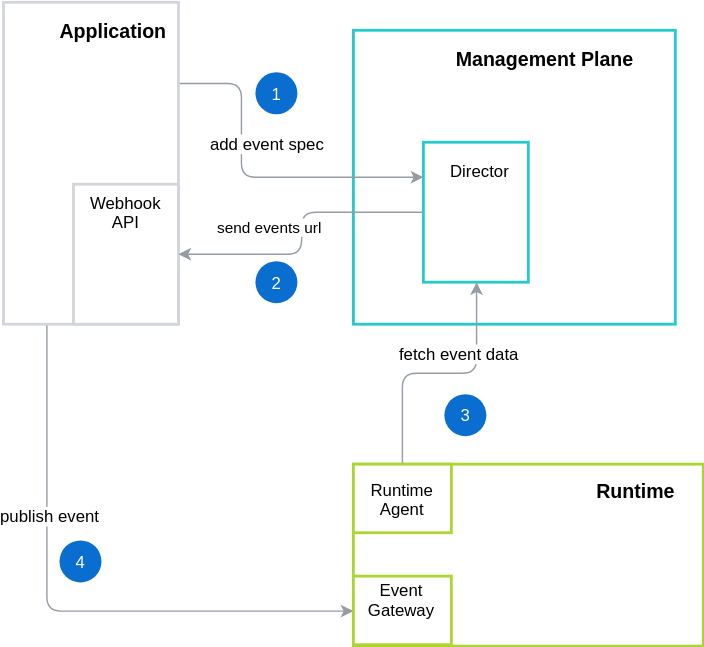
The draw.io diagram docs/compass/assets/internal-event-flow.svg in kyma-incubator/compass, before a commit. Source tidied: cells renumbered, new cells last; positions are measured from the earlier drawing's top-left corner, leaving out a move shared by most shapes.
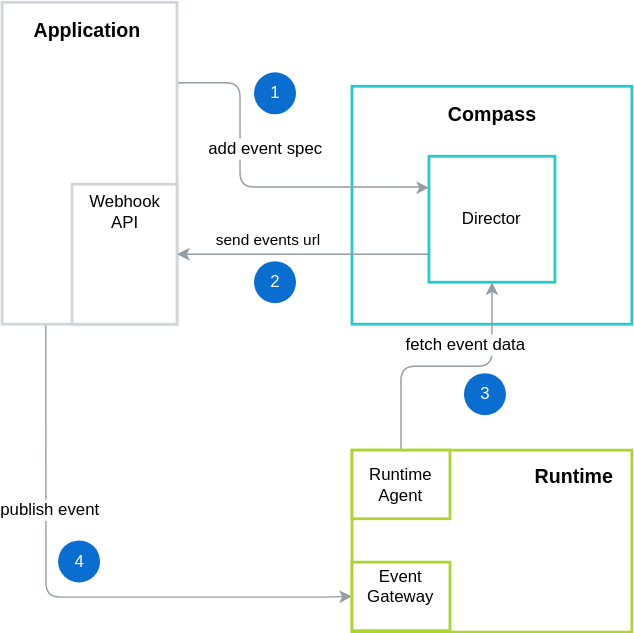
After the change.

The edit, as a diff of the source:
```diff
@@ -3,21 +3,16 @@
     <mxCell id="0" />
     <mxCell id="1" parent="0" />
     <mxCell id="2" style="rounded=0;whiteSpace=wrap;html=1;strokeColor=#24CACC;strokeWidth=2;horizontal=1;" parent="1" vertex="1">
-      <mxGeometry x="250" y="20" width="230" height="210" as="geometry" />
+      <mxGeometry x="250" y="60" width="200" height="170" as="geometry" />
     </mxCell>
-    <mxCell id="3" value="Management Plane&lt;br style=&quot;font-size: 14px&quot;&gt;" style="text;html=1;strokeColor=none;fillColor=none;align=center;verticalAlign=middle;whiteSpace=wrap;rounded=0;fontStyle=1;fontSize=14;" parent="1" vertex="1">
-      <mxGeometry x="300" y="30" width="172" height="20" as="geometry" />
+    <mxCell id="3" value="Compass" style="text;html=1;strokeColor=none;fillColor=none;align=center;verticalAlign=middle;whiteSpace=wrap;rounded=0;fontStyle=1;fontSize=14;" parent="1" vertex="1">
+      <mxGeometry x="289.5" y="70" width="121" height="20" as="geometry" />
     </mxCell>
-    <mxCell id="4" style="rounded=0;whiteSpace=wrap;html=1;strokeColor=#ACD62F;strokeWidth=2;horizontal=1;" parent="1" vertex="1">
-      <mxGeometry x="250" y="330" width="250" height="130" as="geometry" />
-    </mxCell>
-    <mxCell id="5" value="&amp;nbsp;Runtime&lt;br style=&quot;font-size: 14px;&quot;&gt;" style="text;html=1;strokeColor=none;fillColor=none;align=center;verticalAlign=middle;whiteSpace=wrap;rounded=0;fontStyle=1;fontSize=14;" parent="1" vertex="1">
-      <mxGeometry x="412.5" y="339" width="74" height="20" as="geometry" />
-    </mxCell>
     <mxCell id="6" style="edgeStyle=orthogonalEdgeStyle;rounded=1;jettySize=auto;html=1;entryX=0;entryY=0.5;entryDx=0;entryDy=0;strokeColor=#959CA4;exitX=0.25;exitY=1;exitDx=0;exitDy=0;" parent="1" edge="1" source="10" target="17">
       <mxGeometry relative="1" as="geometry">
         <Array as="points">
-          <mxPoint x="31" y="435" />
+          <mxPoint x="31" y="425" />
+          <mxPoint x="230" y="425" />
         </Array>
       </mxGeometry>
     </mxCell>
@@ -28,7 +23,8 @@
       <mxGeometry relative="1" as="geometry">
         <Array as="points">
           <mxPoint x="170" y="58" />
-          <mxPoint x="170" y="125" />
+          <mxPoint x="170" y="132" />
+          <mxPoint x="305" y="132" />
         </Array>
       </mxGeometry>
     </mxCell>
@@ -41,7 +37,7 @@
       <mxGeometry width="125" height="230" as="geometry" />
     </mxCell>
     <mxCell id="11" value="Application&amp;nbsp;&lt;br style=&quot;font-size: 14px;&quot;&gt;" style="text;html=1;strokeColor=none;fillColor=none;align=center;verticalAlign=middle;whiteSpace=wrap;rounded=0;fontStyle=1;fontSize=14;" parent="1" vertex="1">
-      <mxGeometry x="40" y="10" width="80" height="20" as="geometry" />
+      <mxGeometry x="22.5" y="10" width="80" height="20" as="geometry" />
     </mxCell>
     <mxCell id="12" style="rounded=0;whiteSpace=wrap;html=1;strokeColor=#D2D5D9;strokeWidth=2;horizontal=1;" parent="1" vertex="1">
       <mxGeometry x="50" y="130" width="75" height="100" as="geometry" />
@@ -50,31 +46,29 @@
       <mxGeometry x="67.5" y="140" width="40" height="20" as="geometry" />
     </mxCell>
     <mxCell id="14" value="send events url&lt;br&gt;" style="edgeStyle=orthogonalEdgeStyle;rounded=1;jettySize=auto;html=1;entryX=1;entryY=0.5;entryDx=0;entryDy=0;strokeColor=#959CA4;" parent="1" edge="1" source="15" target="12">
-      <mxGeometry x="0.37" y="-20" relative="1" as="geometry" />
+      <mxGeometry x="0.28" y="-10" relative="1" as="geometry">
+        <Array as="points">
+          <mxPoint x="260" y="180" />
+          <mxPoint x="260" y="180" />
+        </Array>
+      </mxGeometry>
     </mxCell>
-    <mxCell id="15" style="rounded=0;whiteSpace=wrap;html=1;strokeColor=#24CACC;strokeWidth=2;horizontal=1;" parent="1" vertex="1">
-      <mxGeometry x="300" y="100" width="75" height="100" as="geometry" />
+    <mxCell id="15" value="Director" style="rounded=0;whiteSpace=wrap;html=1;strokeColor=#24CACC;strokeWidth=2;horizontal=1;" parent="1" vertex="1">
+      <mxGeometry x="305" y="110" width="90" height="90" as="geometry" />
     </mxCell>
-    <mxCell id="16" value="Director" style="text;html=1;strokeColor=none;fillColor=none;align=center;verticalAlign=middle;whiteSpace=wrap;rounded=0;fontSize=12;" parent="1" vertex="1">
-      <mxGeometry x="320" y="110" width="40" height="20" as="geometry" />
-    </mxCell>
-    <mxCell id="17" value="Event Gateway&lt;br&gt;&lt;br&gt;" style="rounded=0;whiteSpace=wrap;html=1;strokeColor=#ACD62F;strokeWidth=2;horizontal=1;" parent="1" vertex="1">
-      <mxGeometry x="250" y="410" width="70" height="49" as="geometry" />
-    </mxCell>
     <mxCell id="18" style="edgeStyle=orthogonalEdgeStyle;rounded=1;jettySize=auto;html=1;exitX=0.5;exitY=0;exitDx=0;exitDy=0;entryX=0.5;entryY=1;entryDx=0;entryDy=0;strokeColor=#959CA4;fontFamily=Helvetica;fontColor=#FFFFFF;" parent="1" edge="1" source="20" target="15">
-      <mxGeometry relative="1" as="geometry" />
+      <mxGeometry relative="1" as="geometry">
+        <Array as="points">
+          <mxPoint x="285" y="260" />
+          <mxPoint x="350" y="260" />
+        </Array>
+      </mxGeometry>
     </mxCell>
     <mxCell id="19" value="&lt;font color=&quot;#000000&quot;&gt;fetch event data&lt;/font&gt;" style="text;html=1;align=center;verticalAlign=middle;labelBackgroundColor=#ffffff;fontFamily=Helvetica;fontColor=#FFFFFF;" parent="18" vertex="1">
       <mxGeometry x="0.14" y="3" relative="1" as="geometry">
         <mxPoint x="1" y="-12" as="offset" />
       </mxGeometry>
     </mxCell>
-    <mxCell id="20" style="rounded=0;whiteSpace=wrap;html=1;strokeColor=#ACD62F;strokeWidth=2;horizontal=1;" parent="1" vertex="1">
-      <mxGeometry x="250" y="330" width="70" height="49" as="geometry" />
-    </mxCell>
-    <mxCell id="21" value="Runtime Agent" style="text;html=1;strokeColor=none;fillColor=none;align=center;verticalAlign=middle;whiteSpace=wrap;rounded=0;" parent="1" vertex="1">
-      <mxGeometry x="265" y="344.5" width="40" height="20" as="geometry" />
-    </mxCell>
     <mxCell id="22" value="2&lt;br&gt;" style="verticalLabelPosition=middle;verticalAlign=middle;html=1;strokeWidth=2;shape=mxgraph.flowchart.on-page_reference;fillColor=#0A6ED1;strokeColor=none;fontFamily=Helvetica;labelPosition=center;align=center;fontColor=#FFFFFF;" parent="1" vertex="1">
       <mxGeometry x="180" y="185" width="30" height="30" as="geometry" />
     </mxCell>
@@ -85,7 +79,25 @@
       <mxGeometry x="40" y="384.5" width="30" height="30" as="geometry" />
     </mxCell>
     <mxCell id="25" value="3&lt;br&gt;" style="verticalLabelPosition=middle;verticalAlign=middle;html=1;strokeWidth=2;shape=mxgraph.flowchart.on-page_reference;fillColor=#0A6ED1;strokeColor=none;fontFamily=Helvetica;labelPosition=center;align=center;fontColor=#FFFFFF;" parent="1" vertex="1">
-      <mxGeometry x="315" y="280" width="30" height="30" as="geometry" />
+      <mxGeometry x="330" y="265" width="30" height="30" as="geometry" />
     </mxCell>
+    <mxCell id="26" style="group;" parent="1" vertex="1">
+      <mxGeometry x="250" y="320" width="200" height="130" as="geometry" />
+    </mxCell>
+    <mxCell id="4" style="rounded=0;whiteSpace=wrap;html=1;strokeColor=#ACD62F;strokeWidth=2;horizontal=1;" parent="26" vertex="1">
+      <mxGeometry width="200" height="130" as="geometry" />
+    </mxCell>
+    <mxCell id="5" value="&amp;nbsp;Runtime&lt;br style=&quot;font-size: 14px;&quot;&gt;" style="text;html=1;strokeColor=none;fillColor=none;align=center;verticalAlign=middle;whiteSpace=wrap;rounded=0;fontStyle=1;fontSize=14;" parent="26" vertex="1">
+      <mxGeometry x="120" y="9" width="74" height="20" as="geometry" />
+    </mxCell>
+    <mxCell id="17" value="Event Gateway&lt;br&gt;&lt;br&gt;" style="rounded=0;whiteSpace=wrap;html=1;strokeColor=#ACD62F;strokeWidth=2;horizontal=1;" parent="26" vertex="1">
+      <mxGeometry y="80" width="70" height="49" as="geometry" />
+    </mxCell>
+    <mxCell id="20" style="rounded=0;whiteSpace=wrap;html=1;strokeColor=#ACD62F;strokeWidth=2;horizontal=1;" parent="26" vertex="1">
+      <mxGeometry width="70" height="49" as="geometry" />
+    </mxCell>
+    <mxCell id="21" value="Runtime Agent" style="text;html=1;strokeColor=none;fillColor=none;align=center;verticalAlign=middle;whiteSpace=wrap;rounded=0;" parent="26" vertex="1">
+      <mxGeometry x="15" y="14.5" width="40" height="20" as="geometry" />
+    </mxCell>
   </root>
 </mxGraphModel>
```
